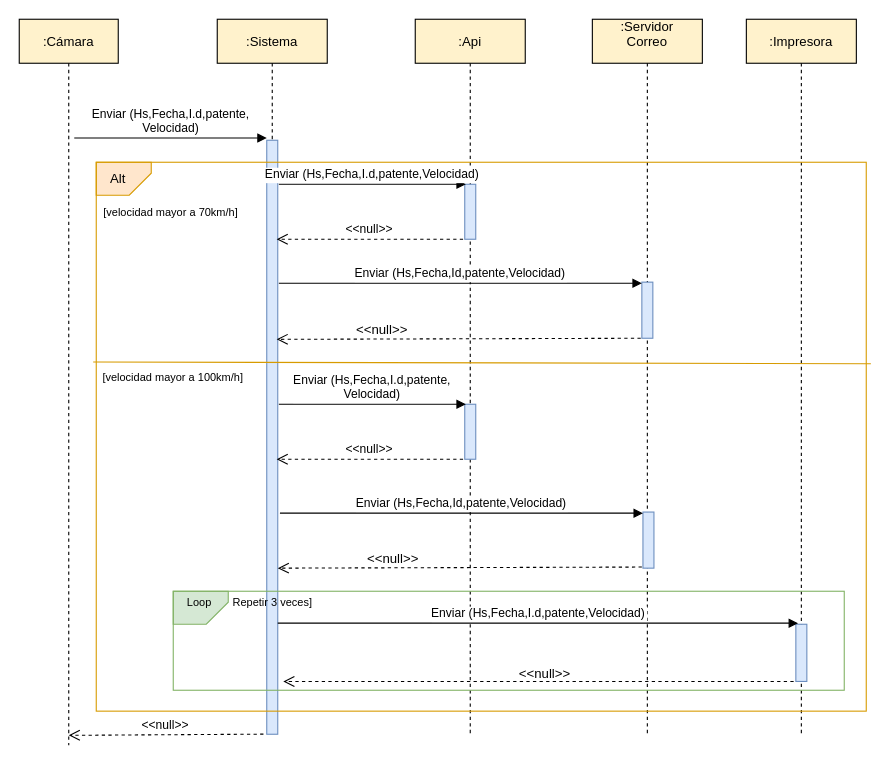
Above: Diagrama sin título.drawio in natalia-0709/izo-isw1-tpds (draw.io), before the change. Source tidied: cells renumbered, new cells numbered last; positions are measured from the earlier drawing's top-left corner, leaving out a move shared by most shapes. Both pictures are drawn from the tidied source at 110%, with x=0, y=0 at pixel (19, 19).
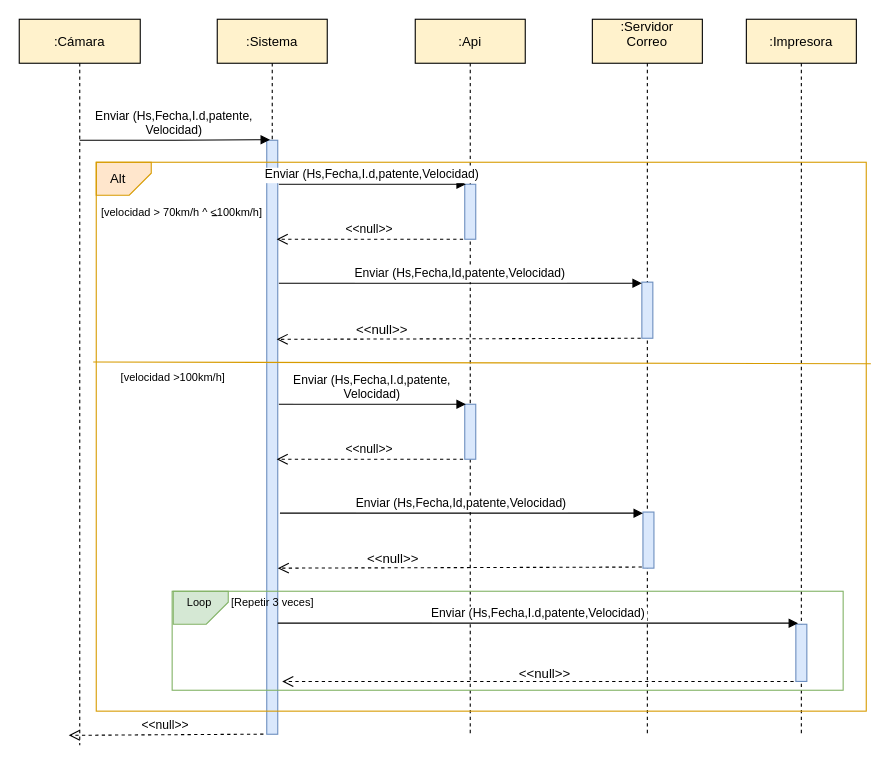
After the change.

The change refers to these unchanged cells:
```xml
<mxCell id="6" style="points=[];perimeter=orthogonalPerimeter;rounded=0;shadow=0;strokeWidth=1;fillColor=#dae8fc;strokeColor=#6c8ebf;" parent="5" vertex="1">
  <mxGeometry x="45" y="110" width="10" height="540" as="geometry" />
</mxCell>
```

Diff of the diagram source:
```diff
@@
     <mxCell id="4" value=":Cámara" style="shape=umlLifeline;perimeter=lifelinePerimeter;rounded=0;shadow=0;strokeWidth=1;fillColor=#fff2cc;strokeColor=default;" parent="1" vertex="1">
-      <mxGeometry width="90" height="660" as="geometry" />
+      <mxGeometry width="110" height="660" as="geometry" />
     </mxCell>
@@
-    <mxCell id="7" value="Enviar (Hs,Fecha,I.d,patente,&#10;Velocidad)" style="verticalAlign=bottom;endArrow=block;entryX=0;entryY=0;shadow=0;strokeWidth=1;" parent="1" edge="1">
+    <mxCell id="7" value="Enviar (Hs,Fecha,I.d,patente,&#10;Velocidad)" style="verticalAlign=bottom;endArrow=block;entryX=0.295;entryY=-0.001;shadow=0;strokeWidth=1;entryDx=0;entryDy=0;entryPerimeter=0;" parent="1" edge="1" target="6">
       <mxGeometry relative="1" as="geometry">
-        <mxPoint x="50" y="108" as="sourcePoint" />
-        <mxPoint x="225" y="108" as="targetPoint" />
+        <mxPoint x="55" y="110" as="sourcePoint" />
         <Array as="points">
-          <mxPoint x="135" y="108" />
+          <mxPoint x="131" y="110" />
         </Array>
       </mxGeometry>
     </mxCell>
@@
-    <mxCell id="32" value="&lt;font style=&quot;vertical-align: inherit; font-size: 10px;&quot;&gt;&lt;font style=&quot;vertical-align: inherit; font-size: 10px;&quot;&gt;[velocidad mayor a 70km/h]&lt;/font&gt;&lt;/font&gt;" style="text;html=1;strokeColor=none;fillColor=none;align=center;verticalAlign=middle;whiteSpace=wrap;rounded=0;fontSize=10;" parent="1" vertex="1">
-      <mxGeometry x="48" y="160" width="180" height="30" as="geometry" />
+    <mxCell id="32" value="&lt;font style=&quot;vertical-align: inherit; font-size: 10px;&quot;&gt;&lt;font style=&quot;vertical-align: inherit; font-size: 10px;&quot;&gt;[velocidad &amp;gt; 70km/h ^ &amp;lt;100km/h]&lt;/font&gt;&lt;/font&gt;" style="text;html=1;strokeColor=none;fillColor=none;align=center;verticalAlign=middle;whiteSpace=wrap;rounded=0;fontSize=10;" parent="1" vertex="1">
+      <mxGeometry x="58" y="160" width="180" height="30" as="geometry" />
     </mxCell>
-    <mxCell id="33" value="&lt;font style=&quot;vertical-align: inherit; font-size: 10px;&quot;&gt;&lt;font style=&quot;vertical-align: inherit; font-size: 10px;&quot;&gt;[velocidad mayor a 100km/h]&lt;/font&gt;&lt;/font&gt;" style="text;html=1;strokeColor=none;fillColor=none;align=center;verticalAlign=middle;whiteSpace=wrap;rounded=0;fontSize=10;" parent="1" vertex="1">
+    <mxCell id="33" value="&lt;font style=&quot;vertical-align: inherit; font-size: 10px;&quot;&gt;&lt;font style=&quot;vertical-align: inherit; font-size: 10px;&quot;&gt;[velocidad &amp;gt;100km/h]&lt;/font&gt;&lt;/font&gt;" style="text;html=1;strokeColor=none;fillColor=none;align=center;verticalAlign=middle;whiteSpace=wrap;rounded=0;fontSize=10;" parent="1" vertex="1">
       <mxGeometry x="50" y="310" width="180" height="30" as="geometry" />
     </mxCell>
-    <mxCell id="34" style="rounded=0;whiteSpace=wrap;html=1;fontSize=10;fillColor=none;strokeColor=#82b366;" parent="1" vertex="1">
-      <mxGeometry x="140" y="520" width="610" height="90" as="geometry" />
-    </mxCell>
@@
-    <mxCell id="36" value="&lt;font style=&quot;vertical-align: inherit; font-size: 10px;&quot;&gt;&lt;font style=&quot;vertical-align: inherit; font-size: 10px;&quot;&gt;Repetir 3 veces]&lt;/font&gt;&lt;/font&gt;" style="text;html=1;strokeColor=none;fillColor=none;align=center;verticalAlign=middle;whiteSpace=wrap;rounded=0;fontSize=10;" parent="1" vertex="1">
+    <mxCell id="36" value="&lt;font style=&quot;vertical-align: inherit; font-size: 10px;&quot;&gt;&lt;font style=&quot;vertical-align: inherit; font-size: 10px;&quot;&gt;[Repetir 3 veces]&lt;/font&gt;&lt;/font&gt;" style="text;html=1;strokeColor=none;fillColor=none;align=center;verticalAlign=middle;whiteSpace=wrap;rounded=0;fontSize=10;" parent="1" vertex="1">
       <mxGeometry x="187.5" y="515" width="85" height="30" as="geometry" />
     </mxCell>
@@
+    <mxCell id="38" style="line;strokeWidth=1;html=1;perimeter=backbonePerimeter;fillColor=none;" parent="1" vertex="1">
+      <mxGeometry x="175" y="174" width="5" height="9" as="geometry" />
+    </mxCell>
+    <mxCell id="34" style="rounded=0;whiteSpace=wrap;html=1;fontSize=10;fillColor=none;strokeColor=#82b366;" parent="1" vertex="1">
+      <mxGeometry x="139" y="520" width="610" height="90" as="geometry" />
+    </mxCell>
```
